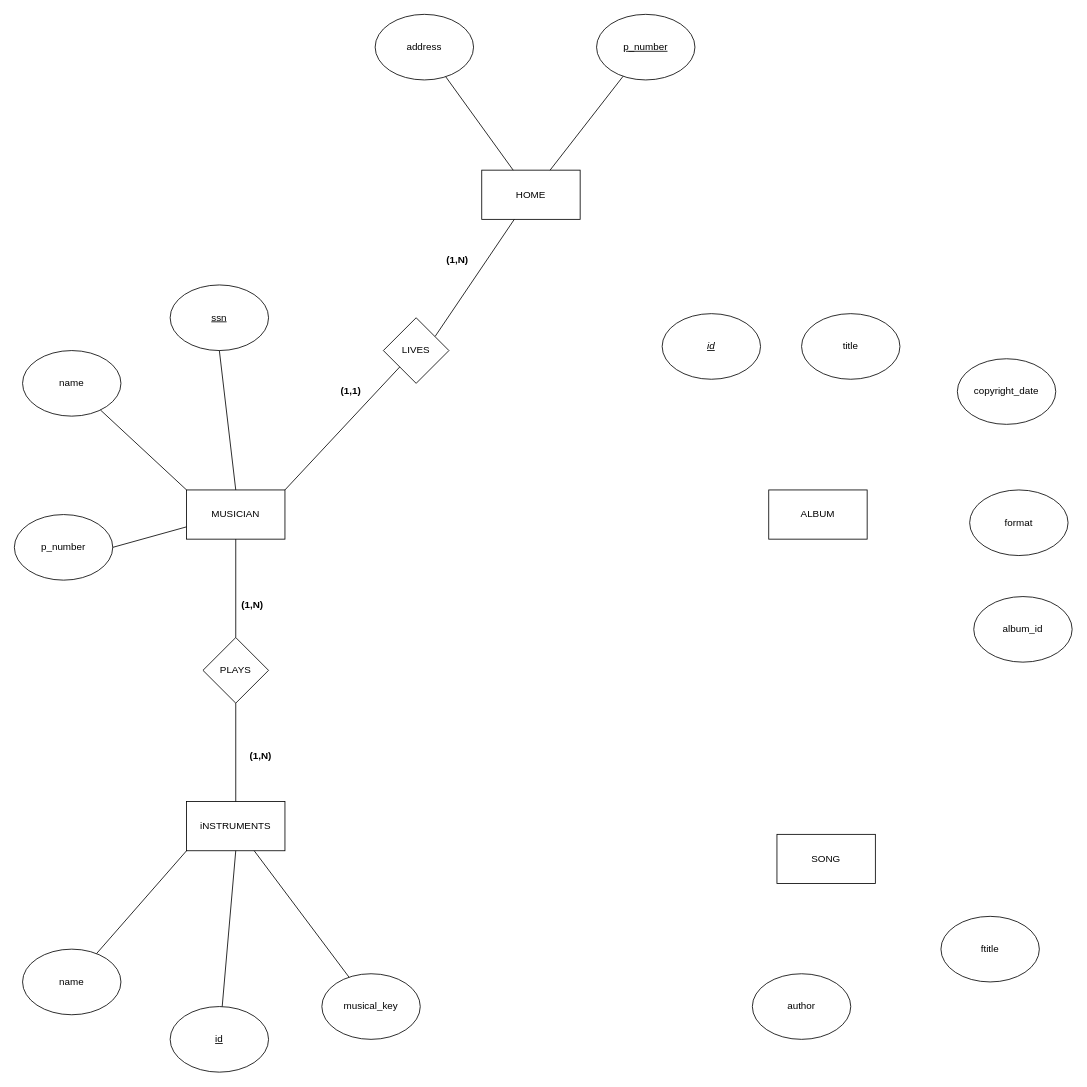
Above: project.drawio in Jfranc90/JF (draw.io), before the change. Source tidied: cells renumbered, new cells numbered last; positions are measured from the earlier drawing's top-left corner, leaving out a move shared by most shapes. Both pictures are drawn from the tidied source at 82%, with x=0, y=0 at pixel (14, 14).
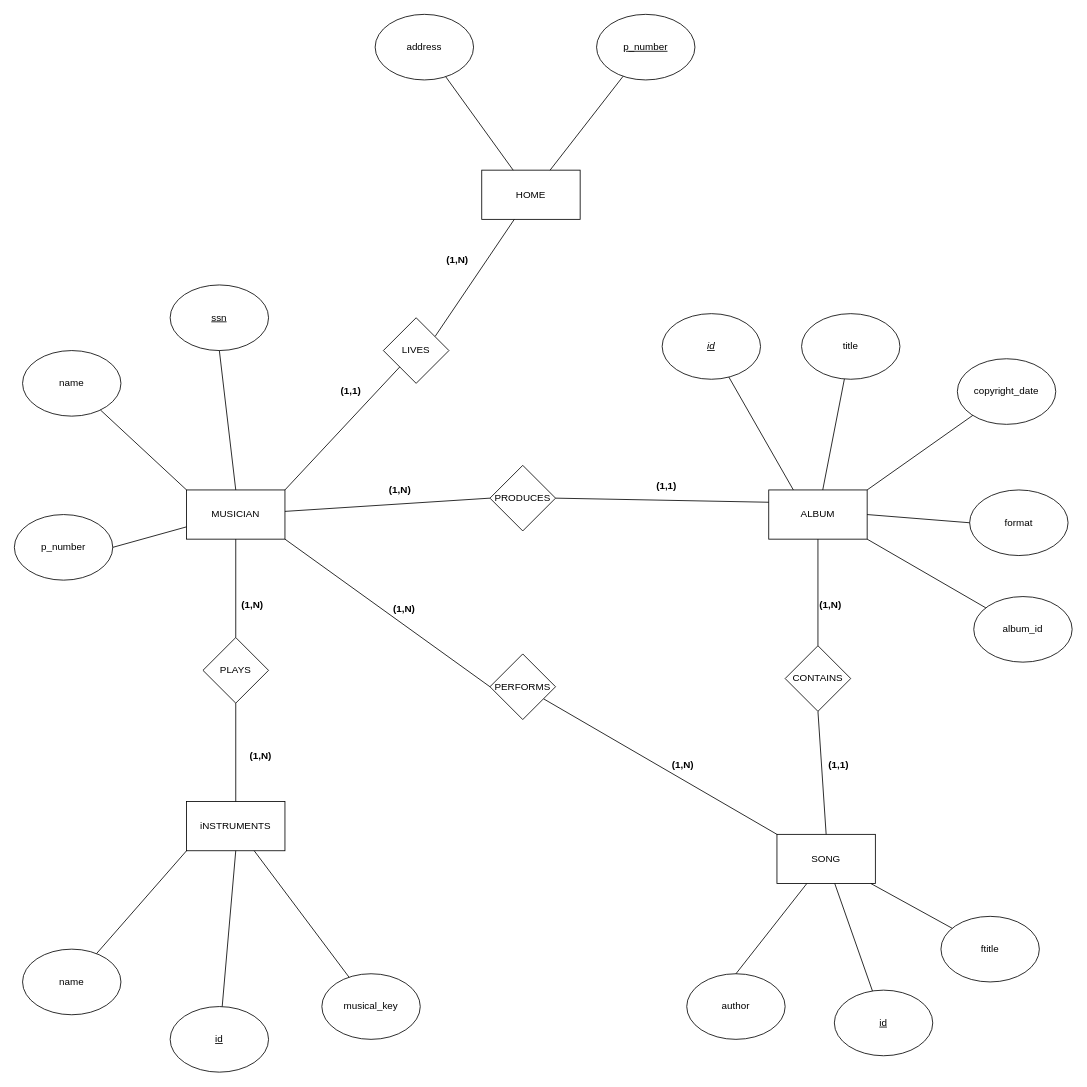
The same page after the edit.

Unchanged cells that the change refers to:
```xml
<mxCell id="2" value="MUSICIAN" style="rounded=0;whiteSpace=wrap;html=1;" parent="1" vertex="1">
  <mxGeometry x="210" y="580" width="120" height="60" as="geometry" />
</mxCell>
<mxCell id="31" value="SONG" style="rounded=0;whiteSpace=wrap;html=1;" parent="1" vertex="1">
  <mxGeometry x="930" y="1000" width="120" height="60" as="geometry" />
</mxCell>
<mxCell id="32" value="ALBUM" style="rounded=0;whiteSpace=wrap;html=1;" parent="1" vertex="1">
  <mxGeometry x="920" y="580" width="120" height="60" as="geometry" />
</mxCell>
<mxCell id="33" value="album_id" style="ellipse;whiteSpace=wrap;html=1;" parent="1" vertex="1">
  <mxGeometry x="1170" y="710" width="120" height="80" as="geometry" />
</mxCell>
<mxCell id="34" value="format" style="ellipse;whiteSpace=wrap;html=1;" parent="1" vertex="1">
  <mxGeometry x="1165" y="580" width="120" height="80" as="geometry" />
</mxCell>
<mxCell id="35" value="copyright_date" style="ellipse;whiteSpace=wrap;html=1;" parent="1" vertex="1">
  <mxGeometry x="1150" y="420" width="120" height="80" as="geometry" />
</mxCell>
<mxCell id="36" value="title" style="ellipse;whiteSpace=wrap;html=1;" parent="1" vertex="1">
  <mxGeometry x="960" y="365" width="120" height="80" as="geometry" />
</mxCell>
<mxCell id="37" value="&lt;u&gt;&lt;i&gt;id&lt;/i&gt;&lt;/u&gt;" style="ellipse;whiteSpace=wrap;html=1;" parent="1" vertex="1">
  <mxGeometry x="790" y="365" width="120" height="80" as="geometry" />
</mxCell>
<mxCell id="38" value="ftitle" style="ellipse;whiteSpace=wrap;html=1;" parent="1" vertex="1">
  <mxGeometry x="1130" y="1100" width="120" height="80" as="geometry" />
</mxCell>
```

The edit, as a diff of the source:
```diff
@@
     <mxCell id="39" value="author" style="ellipse;whiteSpace=wrap;html=1;" parent="1" vertex="1">
-      <mxGeometry x="900" y="1170" width="120" height="80" as="geometry" />
+      <mxGeometry x="820" y="1170" width="120" height="80" as="geometry" />
     </mxCell>
+    <mxCell id="40" value="CONTAINS" style="rhombus;whiteSpace=wrap;html=1;" parent="1" vertex="1">
+      <mxGeometry x="940" y="770" width="80" height="80" as="geometry" />
+    </mxCell>
+    <mxCell id="41" style="endArrow=none;html=1;rounded=0;exitX=0.25;exitY=0;exitDx=0;exitDy=0;" parent="1" edge="1" source="32" target="37">
+      <mxGeometry relative="1" as="geometry" />
+    </mxCell>
+    <mxCell id="42" style="endArrow=none;html=1;rounded=0;" parent="1" edge="1" source="32" target="36">
+      <mxGeometry relative="1" as="geometry" />
+    </mxCell>
+    <mxCell id="43" style="endArrow=none;html=1;rounded=0;exitX=1;exitY=0;exitDx=0;exitDy=0;" parent="1" edge="1" source="32" target="35">
+      <mxGeometry relative="1" as="geometry" />
+    </mxCell>
+    <mxCell id="44" style="endArrow=none;html=1;rounded=0;entryX=0;entryY=0.5;entryDx=0;entryDy=0;exitX=1;exitY=0.5;exitDx=0;exitDy=0;" parent="1" edge="1" source="32" target="34">
+      <mxGeometry relative="1" as="geometry" />
+    </mxCell>
+    <mxCell id="45" style="endArrow=none;html=1;rounded=0;entryX=1;entryY=1;entryDx=0;entryDy=0;" parent="1" edge="1" source="33" target="32">
+      <mxGeometry relative="1" as="geometry" />
+    </mxCell>
+    <mxCell id="46" style="endArrow=none;html=1;rounded=0;entryX=0.5;entryY=1;entryDx=0;entryDy=0;" parent="1" edge="1" source="40" target="32">
+      <mxGeometry relative="1" as="geometry" />
+    </mxCell>
+    <mxCell id="47" style="endArrow=none;html=1;rounded=0;entryX=0.5;entryY=1;entryDx=0;entryDy=0;exitX=0.5;exitY=0;exitDx=0;exitDy=0;" parent="1" edge="1" source="31" target="40">
+      <mxGeometry relative="1" as="geometry" />
+    </mxCell>
+    <mxCell id="48" style="endArrow=none;html=1;rounded=0;exitX=0;exitY=0;exitDx=0;exitDy=0;" parent="1" edge="1" source="31" target="56">
+      <mxGeometry relative="1" as="geometry" />
+    </mxCell>
+    <mxCell id="49" style="endArrow=none;html=1;rounded=0;entryX=0;entryY=0.5;entryDx=0;entryDy=0;exitX=1;exitY=1;exitDx=0;exitDy=0;" parent="1" edge="1" source="2" target="56">
+      <mxGeometry relative="1" as="geometry" />
+    </mxCell>
+    <mxCell id="50" style="endArrow=none;html=1;rounded=0;" parent="1" edge="1" source="55" target="31">
+      <mxGeometry relative="1" as="geometry" />
+    </mxCell>
+    <mxCell id="51" style="endArrow=none;html=1;rounded=0;" parent="1" edge="1" source="31" target="38">
+      <mxGeometry relative="1" as="geometry" />
+    </mxCell>
+    <mxCell id="52" style="endArrow=none;html=1;rounded=0;entryX=0.5;entryY=0;entryDx=0;entryDy=0;" parent="1" edge="1" source="31" target="39">
+      <mxGeometry relative="1" as="geometry" />
+    </mxCell>
+    <mxCell id="53" value="&lt;b&gt;(1,1)&lt;/b&gt;" style="text;html=1;align=center;verticalAlign=middle;strokeColor=none;fillColor=none;" parent="1" vertex="1">
+      <mxGeometry x="980" y="900" width="50" height="30" as="geometry" />
+    </mxCell>
+    <mxCell id="54" value="&lt;b&gt;(1,N)&lt;/b&gt;" style="text;html=1;align=center;verticalAlign=middle;strokeColor=none;fillColor=none;" parent="1" vertex="1">
+      <mxGeometry x="970" y="705" width="50" height="30" as="geometry" />
+    </mxCell>
+    <mxCell id="55" value="&lt;u&gt;id&lt;/u&gt;" style="ellipse;whiteSpace=wrap;html=1;" parent="1" vertex="1">
+      <mxGeometry x="1000" y="1190" width="120" height="80" as="geometry" />
+    </mxCell>
+    <mxCell id="56" value="PERFORMS" style="rhombus;whiteSpace=wrap;html=1;" parent="1" vertex="1">
+      <mxGeometry x="580" y="780" width="80" height="80" as="geometry" />
+    </mxCell>
+    <mxCell id="57" value="&lt;b&gt;(1,N)&lt;/b&gt;" style="text;html=1;align=center;verticalAlign=middle;strokeColor=none;fillColor=none;" parent="1" vertex="1">
+      <mxGeometry x="450" y="710" width="50" height="30" as="geometry" />
+    </mxCell>
+    <mxCell id="58" value="&lt;b&gt;(1,N)&lt;/b&gt;" style="text;html=1;align=center;verticalAlign=middle;strokeColor=none;fillColor=none;" parent="1" vertex="1">
+      <mxGeometry x="790" y="900" width="50" height="30" as="geometry" />
+    </mxCell>
+    <mxCell id="59" value="PRODUCES" style="rhombus;whiteSpace=wrap;html=1;" parent="1" vertex="1">
+      <mxGeometry x="580" y="550" width="80" height="80" as="geometry" />
+    </mxCell>
+    <mxCell id="60" style="endArrow=none;html=1;rounded=0;entryX=0;entryY=0.5;entryDx=0;entryDy=0;" parent="1" edge="1" source="2" target="59">
+      <mxGeometry relative="1" as="geometry" />
+    </mxCell>
+    <mxCell id="61" style="endArrow=none;html=1;rounded=0;entryX=0;entryY=0.25;entryDx=0;entryDy=0;exitX=1;exitY=0.5;exitDx=0;exitDy=0;" parent="1" edge="1" source="59" target="32">
+      <mxGeometry relative="1" as="geometry" />
+    </mxCell>
+    <mxCell id="62" value="&lt;b&gt;(1,N)&lt;/b&gt;" style="text;html=1;align=center;verticalAlign=middle;strokeColor=none;fillColor=none;" parent="1" vertex="1">
+      <mxGeometry x="445" y="565" width="50" height="30" as="geometry" />
+    </mxCell>
+    <mxCell id="63" value="&lt;b&gt;(1,1)&lt;/b&gt;" style="text;html=1;align=center;verticalAlign=middle;strokeColor=none;fillColor=none;" parent="1" vertex="1">
+      <mxGeometry x="770" y="560" width="50" height="30" as="geometry" />
+    </mxCell>
```
